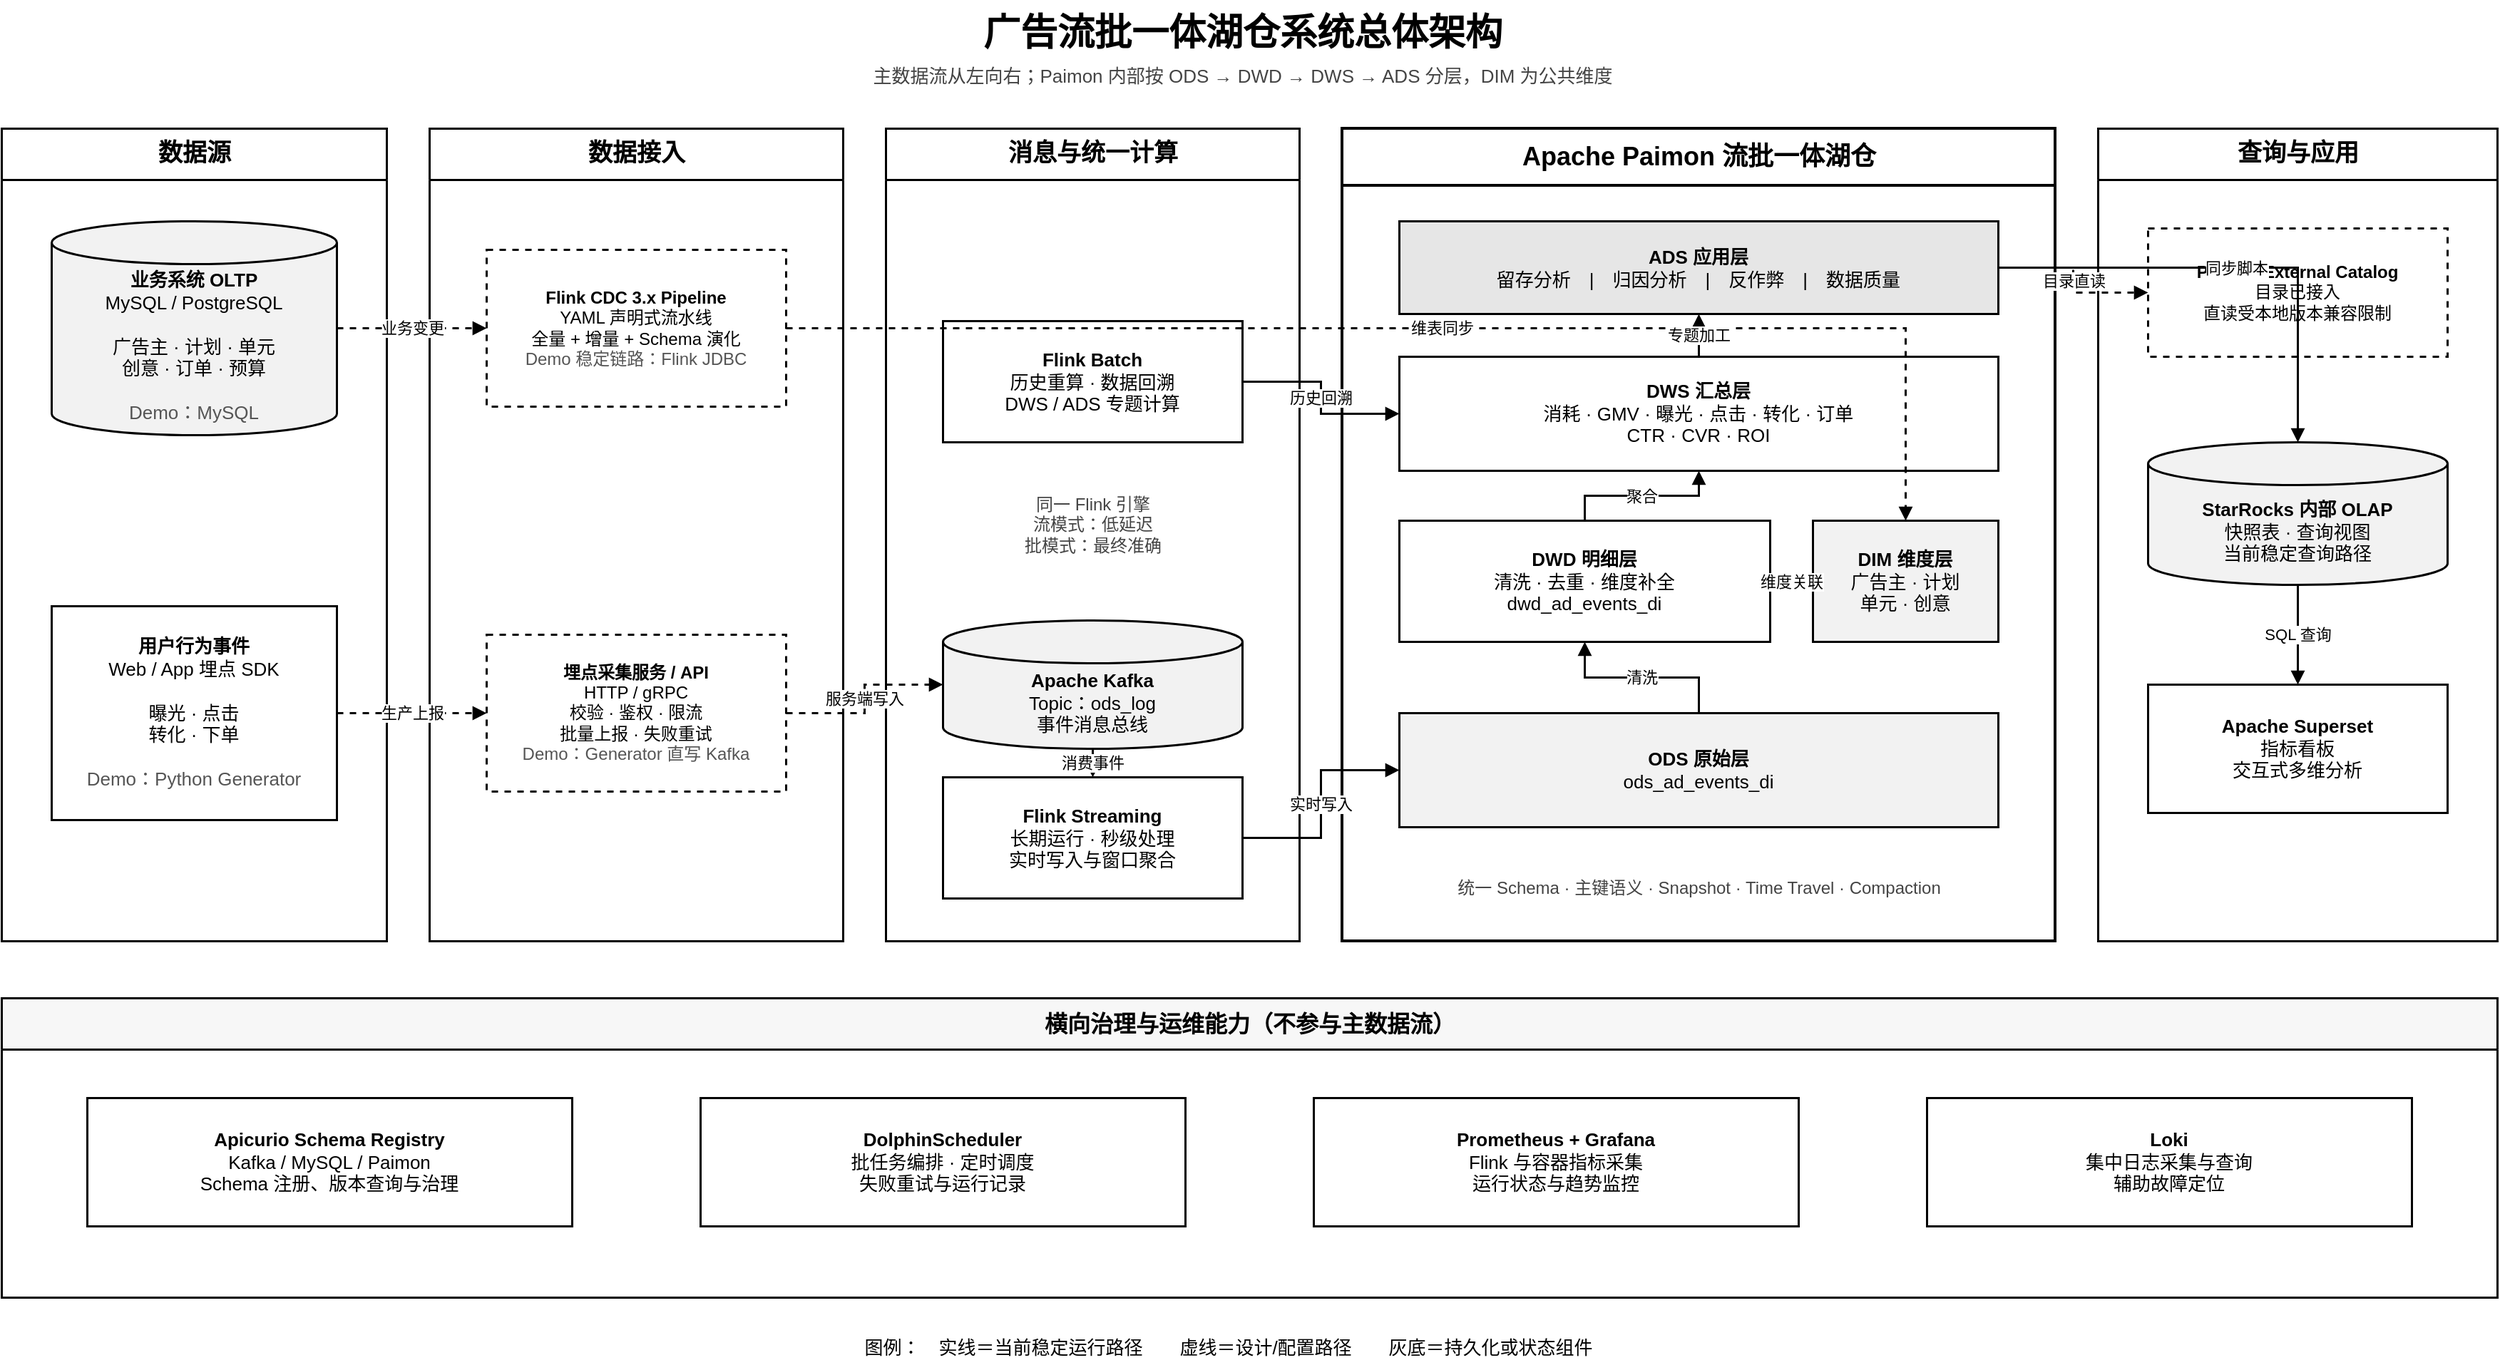
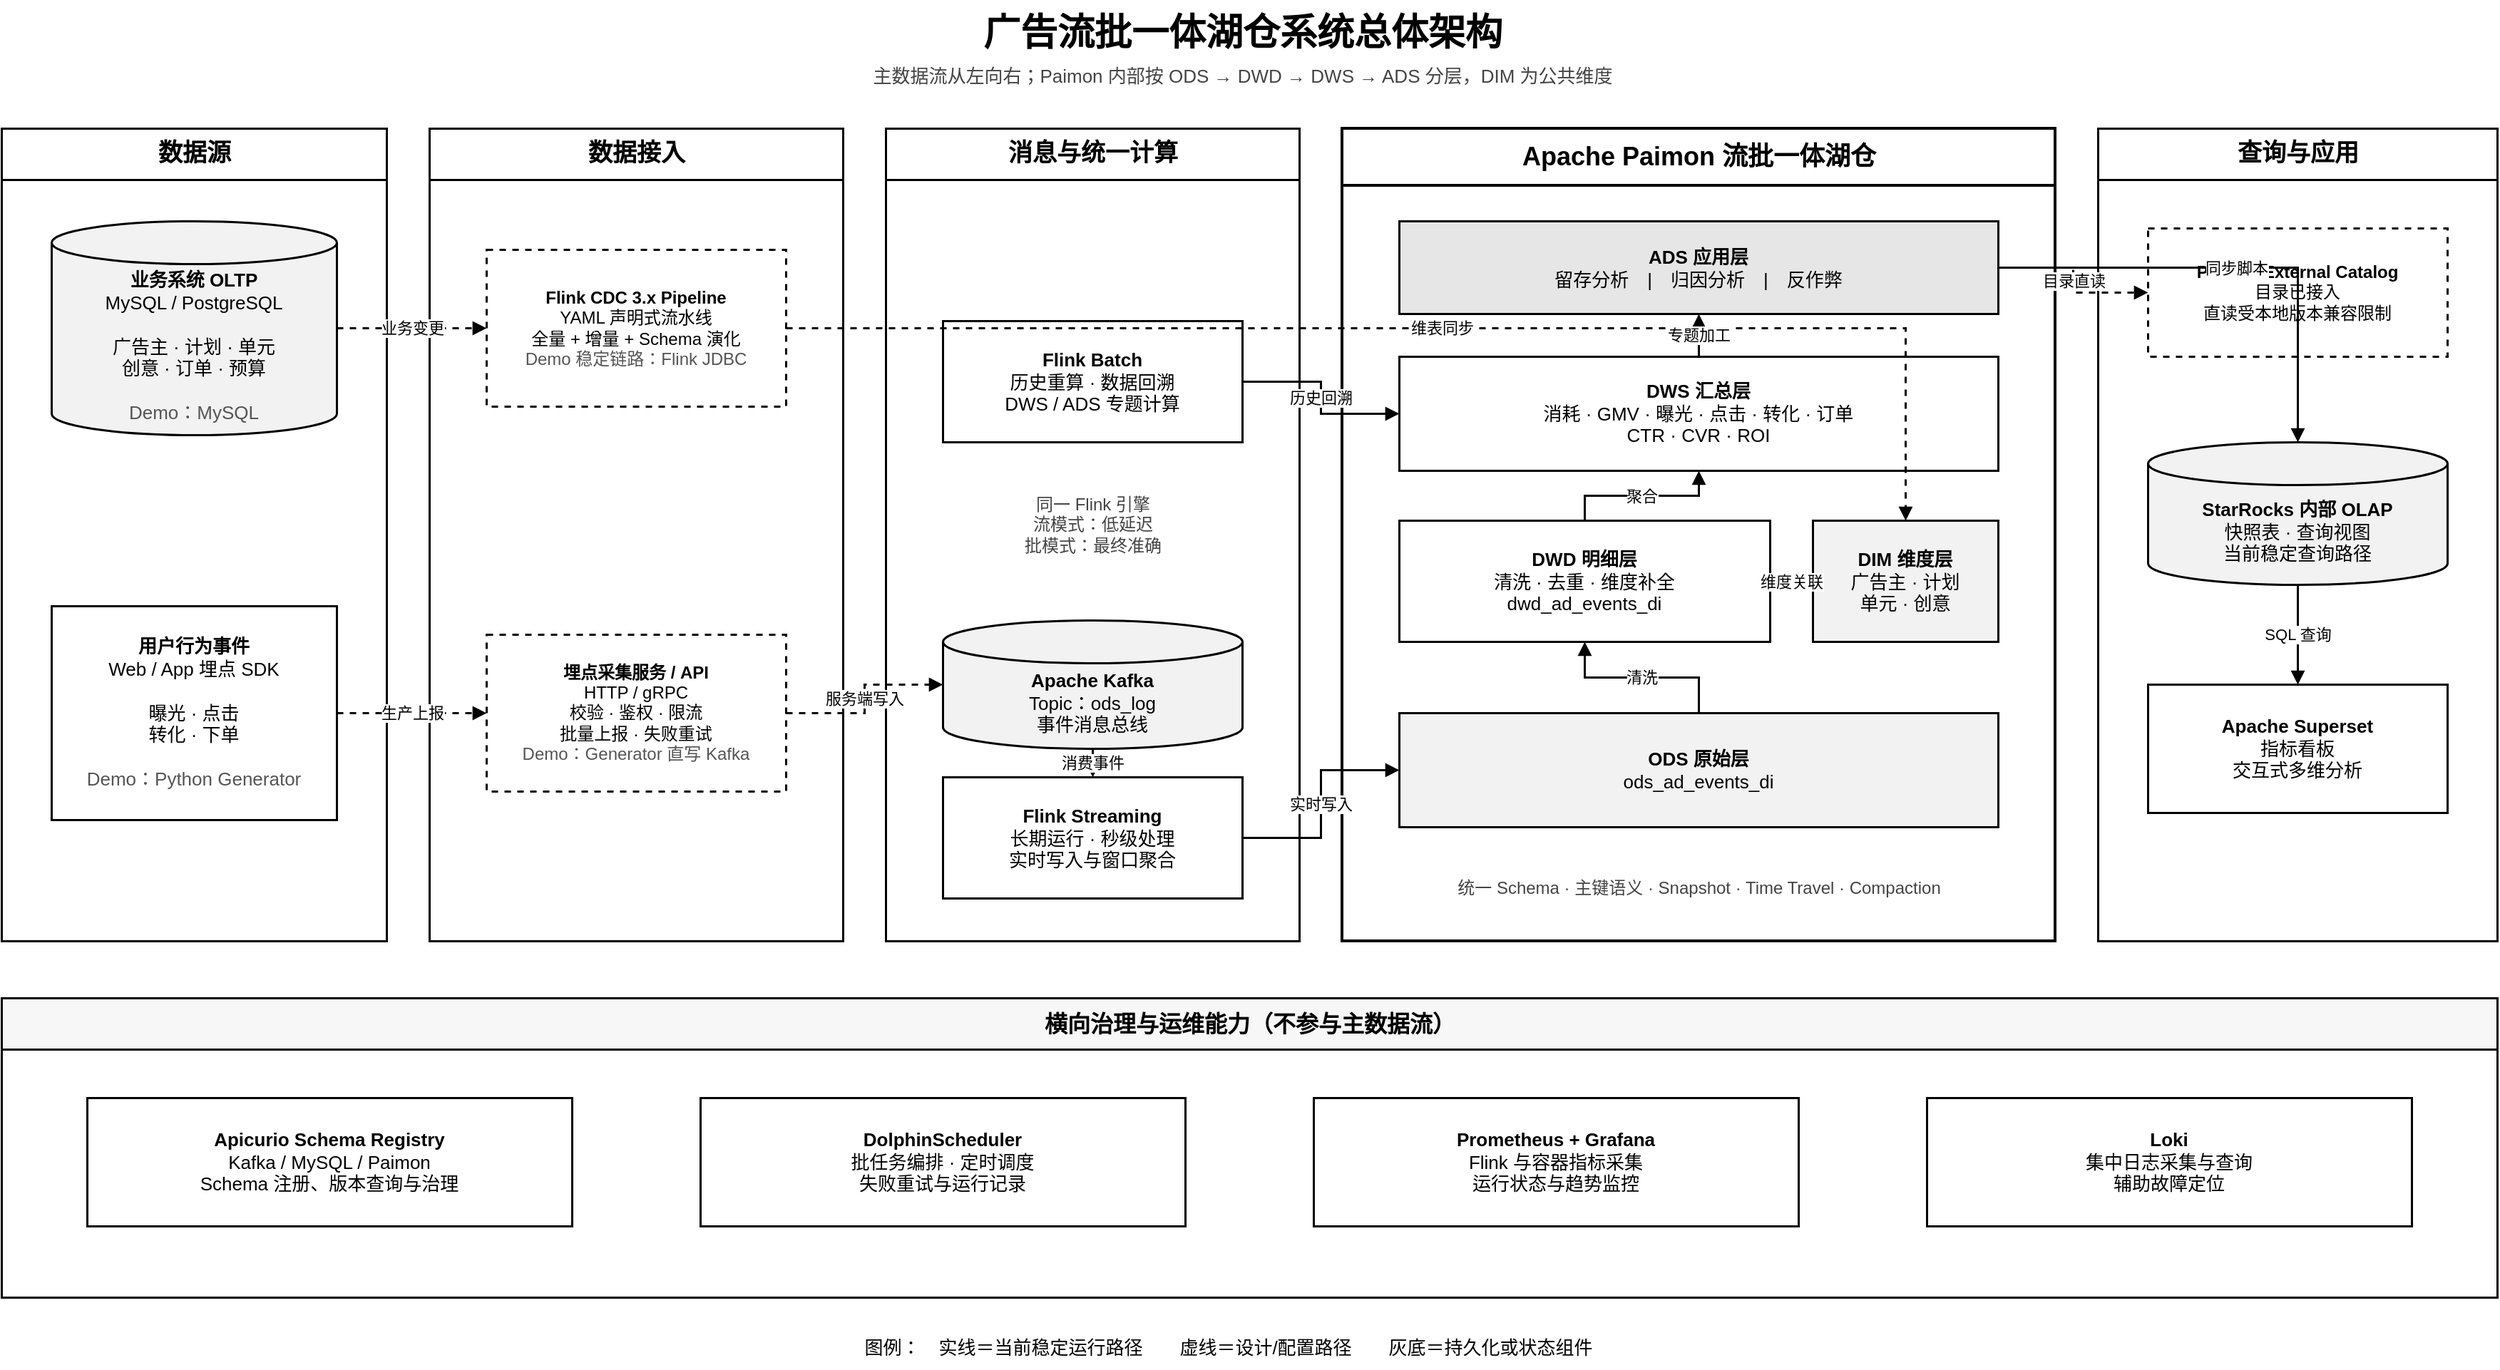
<?xml version="1.0" encoding="UTF-8"?>
<mxfile host="app.diagrams.net" modified="2026-07-05T14:00:00.000Z" agent="Codex" version="24.7.17">
 <diagram id="architecture-v2" name="流批一体湖仓总体架构">
  <mxGraphModel dx="1800" dy="1000" grid="1" gridSize="10" guides="1" page="1" pageScale="1" pageWidth="1920" pageHeight="1080">
   <root><mxCell id="0"/><mxCell id="1" parent="0"/>
    <mxCell id="title" value="广告流批一体湖仓系统总体架构" style="text;html=1;align=center;verticalAlign=middle;fontSize=26;fontStyle=1;fontColor=#000000;" vertex="1" parent="1"><mxGeometry x="460" y="20" width="900" height="45" as="geometry"/></mxCell>
    <mxCell id="subtitle" value="主数据流从左向右；Paimon 内部按 ODS → DWD → DWS → ADS 分层，DIM 为公共维度" style="text;html=1;align=center;verticalAlign=middle;fontSize=13;fontColor=#444444;" vertex="1" parent="1"><mxGeometry x="460" y="60" width="900" height="25" as="geometry"/></mxCell>

    <mxCell id="source-zone" value="数据源" style="swimlane;html=1;horizontal=1;startSize=36;rounded=0;fillColor=#FFFFFF;strokeColor=#000000;strokeWidth=1.5;fontSize=17;fontStyle=1;" vertex="1" parent="1"><mxGeometry x="40" y="110" width="270" height="570" as="geometry"/></mxCell>
    <mxCell id="oltp" value="&lt;b&gt;业务系统 OLTP&lt;/b&gt;&lt;br&gt;MySQL / PostgreSQL&lt;br&gt;&lt;br&gt;广告主 · 计划 · 单元&lt;br&gt;创意 · 订单 · 预算&lt;br&gt;&lt;br&gt;&lt;font color='#555555'&gt;Demo：MySQL&lt;/font&gt;" style="shape=cylinder3;whiteSpace=wrap;html=1;boundedLbl=1;fillColor=#F2F2F2;strokeColor=#000000;strokeWidth=1.5;fontSize=13;" vertex="1" parent="1"><mxGeometry x="75" y="175" width="200" height="150" as="geometry"/></mxCell>
    <mxCell id="events" value="&lt;b&gt;用户行为事件&lt;/b&gt;&lt;br&gt;Web / App 埋点 SDK&lt;br&gt;&lt;br&gt;曝光 · 点击&lt;br&gt;转化 · 下单&lt;br&gt;&lt;br&gt;&lt;font color='#555555'&gt;Demo：Python Generator&lt;/font&gt;" style="rounded=0;whiteSpace=wrap;html=1;fillColor=#FFFFFF;strokeColor=#000000;strokeWidth=1.5;fontSize=13;" vertex="1" parent="1"><mxGeometry x="75" y="445" width="200" height="150" as="geometry"/></mxCell>

    <mxCell id="ingest-zone" value="数据接入" style="swimlane;html=1;horizontal=1;startSize=36;rounded=0;fillColor=#FFFFFF;strokeColor=#000000;strokeWidth=1.5;fontSize=17;fontStyle=1;" vertex="1" parent="1"><mxGeometry x="340" y="110" width="290" height="570" as="geometry"/></mxCell>
    <mxCell id="cdc" value="&lt;b&gt;Flink CDC 3.x Pipeline&lt;/b&gt;&lt;br&gt;YAML 声明式流水线&lt;br&gt;全量 + 增量 + Schema 演化&lt;br&gt;&lt;font color='#555555'&gt;Demo 稳定链路：Flink JDBC&lt;/font&gt;" style="rounded=0;whiteSpace=wrap;html=1;fillColor=#FFFFFF;strokeColor=#000000;strokeWidth=1.5;dashed=1;fontSize=12;" vertex="1" parent="1"><mxGeometry x="380" y="195" width="210" height="110" as="geometry"/></mxCell>
    <mxCell id="collector" value="&lt;b&gt;埋点采集服务 / API&lt;/b&gt;&lt;br&gt;HTTP / gRPC&lt;br&gt;校验 · 鉴权 · 限流&lt;br&gt;批量上报 · 失败重试&lt;br&gt;&lt;font color='#555555'&gt;Demo：Generator 直写 Kafka&lt;/font&gt;" style="rounded=0;whiteSpace=wrap;html=1;fillColor=#FFFFFF;strokeColor=#000000;strokeWidth=1.5;dashed=1;fontSize=12;" vertex="1" parent="1"><mxGeometry x="380" y="465" width="210" height="110" as="geometry"/></mxCell>

    <mxCell id="compute-zone" value="消息与统一计算" style="swimlane;html=1;horizontal=1;startSize=36;rounded=0;fillColor=#FFFFFF;strokeColor=#000000;strokeWidth=1.5;fontSize=17;fontStyle=1;" vertex="1" parent="1"><mxGeometry x="660" y="110" width="290" height="570" as="geometry"/></mxCell>
    <mxCell id="kafka" value="&lt;b&gt;Apache Kafka&lt;/b&gt;&lt;br&gt;Topic：ods_log&lt;br&gt;事件消息总线" style="shape=cylinder3;whiteSpace=wrap;html=1;boundedLbl=1;fillColor=#F2F2F2;strokeColor=#000000;strokeWidth=1.5;fontSize=13;" vertex="1" parent="1"><mxGeometry x="700" y="455" width="210" height="90" as="geometry"/></mxCell>
    <mxCell id="stream" value="&lt;b&gt;Flink Streaming&lt;/b&gt;&lt;br&gt;长期运行 · 秒级处理&lt;br&gt;实时写入与窗口聚合" style="rounded=0;whiteSpace=wrap;html=1;fillColor=#FFFFFF;strokeColor=#000000;strokeWidth=1.5;fontSize=13;" vertex="1" parent="1"><mxGeometry x="700" y="565" width="210" height="85" as="geometry"/></mxCell>
    <mxCell id="batch" value="&lt;b&gt;Flink Batch&lt;/b&gt;&lt;br&gt;历史重算 · 数据回溯&lt;br&gt;DWS / ADS 专题计算" style="rounded=0;whiteSpace=wrap;html=1;fillColor=#FFFFFF;strokeColor=#000000;strokeWidth=1.5;fontSize=13;" vertex="1" parent="1"><mxGeometry x="700" y="245" width="210" height="85" as="geometry"/></mxCell>
    <mxCell id="engine-note" value="同一 Flink 引擎&lt;br&gt;流模式：低延迟&lt;br&gt;批模式：最终准确" style="text;html=1;align=center;verticalAlign=middle;fontSize=12;fontColor=#444444;" vertex="1" parent="1"><mxGeometry x="700" y="355" width="210" height="65" as="geometry"/></mxCell>

    <mxCell id="paimon-zone" value="Apache Paimon 流批一体湖仓" style="swimlane;html=1;horizontal=1;startSize=40;rounded=0;fillColor=#FFFFFF;strokeColor=#000000;strokeWidth=2;fontSize=18;fontStyle=1;" vertex="1" parent="1"><mxGeometry x="980" y="110" width="500" height="570" as="geometry"/></mxCell>
-     <mxCell id="ads" value="&lt;b&gt;ADS 应用层&lt;/b&gt;&lt;br&gt;留存分析　|　归因分析　|　反作弊　|　数据质量" style="rounded=0;whiteSpace=wrap;html=1;fillColor=#E6E6E6;strokeColor=#000000;strokeWidth=1.5;fontSize=13;" vertex="1" parent="1"><mxGeometry x="1020" y="175" width="420" height="65" as="geometry"/></mxCell>
+     <mxCell id="ads" value="&lt;b&gt;ADS 应用层&lt;/b&gt;&lt;br&gt;留存分析　|　归因分析　|　反作弊" style="rounded=0;whiteSpace=wrap;html=1;fillColor=#E6E6E6;strokeColor=#000000;strokeWidth=1.5;fontSize=13;" vertex="1" parent="1"><mxGeometry x="1020" y="175" width="420" height="65" as="geometry"/></mxCell>
    <mxCell id="dws" value="&lt;b&gt;DWS 汇总层&lt;/b&gt;&lt;br&gt;消耗 · GMV · 曝光 · 点击 · 转化 · 订单&lt;br&gt;CTR · CVR · ROI" style="rounded=0;whiteSpace=wrap;html=1;fillColor=#FFFFFF;strokeColor=#000000;strokeWidth=1.5;fontSize=13;" vertex="1" parent="1"><mxGeometry x="1020" y="270" width="420" height="80" as="geometry"/></mxCell>
    <mxCell id="dwd" value="&lt;b&gt;DWD 明细层&lt;/b&gt;&lt;br&gt;清洗 · 去重 · 维度补全&lt;br&gt;dwd_ad_events_di" style="rounded=0;whiteSpace=wrap;html=1;fillColor=#FFFFFF;strokeColor=#000000;strokeWidth=1.5;fontSize=13;" vertex="1" parent="1"><mxGeometry x="1020" y="385" width="260" height="85" as="geometry"/></mxCell>
    <mxCell id="dim" value="&lt;b&gt;DIM 维度层&lt;/b&gt;&lt;br&gt;广告主 · 计划&lt;br&gt;单元 · 创意" style="rounded=0;whiteSpace=wrap;html=1;fillColor=#F2F2F2;strokeColor=#000000;strokeWidth=1.5;fontSize=13;" vertex="1" parent="1"><mxGeometry x="1310" y="385" width="130" height="85" as="geometry"/></mxCell>
    <mxCell id="ods" value="&lt;b&gt;ODS 原始层&lt;/b&gt;&lt;br&gt;ods_ad_events_di" style="rounded=0;whiteSpace=wrap;html=1;fillColor=#F2F2F2;strokeColor=#000000;strokeWidth=1.5;fontSize=13;" vertex="1" parent="1"><mxGeometry x="1020" y="520" width="420" height="80" as="geometry"/></mxCell>
    <mxCell id="paimon-note" value="统一 Schema · 主键语义 · Snapshot · Time Travel · Compaction" style="text;html=1;align=center;verticalAlign=middle;fontSize=12;fontColor=#444444;" vertex="1" parent="1"><mxGeometry x="1020" y="630" width="420" height="25" as="geometry"/></mxCell>

    <mxCell id="serving-zone" value="查询与应用" style="swimlane;html=1;horizontal=1;startSize=36;rounded=0;fillColor=#FFFFFF;strokeColor=#000000;strokeWidth=1.5;fontSize=17;fontStyle=1;" vertex="1" parent="1"><mxGeometry x="1510" y="110" width="280" height="570" as="geometry"/></mxCell>
    <mxCell id="external" value="&lt;b&gt;Paimon External Catalog&lt;/b&gt;&lt;br&gt;目录已接入&lt;br&gt;直读受本地版本兼容限制" style="rounded=0;whiteSpace=wrap;html=1;fillColor=#FFFFFF;strokeColor=#000000;strokeWidth=1.5;dashed=1;fontSize=12;" vertex="1" parent="1"><mxGeometry x="1545" y="180" width="210" height="90" as="geometry"/></mxCell>
    <mxCell id="starrocks" value="&lt;b&gt;StarRocks 内部 OLAP&lt;/b&gt;&lt;br&gt;快照表 · 查询视图&lt;br&gt;当前稳定查询路径" style="shape=cylinder3;whiteSpace=wrap;html=1;boundedLbl=1;fillColor=#F2F2F2;strokeColor=#000000;strokeWidth=1.5;fontSize=13;" vertex="1" parent="1"><mxGeometry x="1545" y="330" width="210" height="100" as="geometry"/></mxCell>
    <mxCell id="superset" value="&lt;b&gt;Apache Superset&lt;/b&gt;&lt;br&gt;指标看板&lt;br&gt;交互式多维分析" style="rounded=0;whiteSpace=wrap;html=1;fillColor=#FFFFFF;strokeColor=#000000;strokeWidth=1.5;fontSize=13;" vertex="1" parent="1"><mxGeometry x="1545" y="500" width="210" height="90" as="geometry"/></mxCell>

    <mxCell id="support-zone" value="横向治理与运维能力（不参与主数据流）" style="swimlane;html=1;horizontal=1;startSize=36;rounded=0;fillColor=#F7F7F7;strokeColor=#000000;strokeWidth=1.5;fontSize=16;fontStyle=1;" vertex="1" parent="1"><mxGeometry x="40" y="720" width="1750" height="210" as="geometry"/></mxCell>
    <mxCell id="apicurio" value="&lt;b&gt;Apicurio Schema Registry&lt;/b&gt;&lt;br&gt;Kafka / MySQL / Paimon&lt;br&gt;Schema 注册、版本查询与治理" style="rounded=0;whiteSpace=wrap;html=1;fillColor=#FFFFFF;strokeColor=#000000;strokeWidth=1.5;fontSize=13;" vertex="1" parent="1"><mxGeometry x="100" y="790" width="340" height="90" as="geometry"/></mxCell>
    <mxCell id="scheduler" value="&lt;b&gt;DolphinScheduler&lt;/b&gt;&lt;br&gt;批任务编排 · 定时调度&lt;br&gt;失败重试与运行记录" style="rounded=0;whiteSpace=wrap;html=1;fillColor=#FFFFFF;strokeColor=#000000;strokeWidth=1.5;fontSize=13;" vertex="1" parent="1"><mxGeometry x="530" y="790" width="340" height="90" as="geometry"/></mxCell>
    <mxCell id="monitor" value="&lt;b&gt;Prometheus + Grafana&lt;/b&gt;&lt;br&gt;Flink 与容器指标采集&lt;br&gt;运行状态与趋势监控" style="rounded=0;whiteSpace=wrap;html=1;fillColor=#FFFFFF;strokeColor=#000000;strokeWidth=1.5;fontSize=13;" vertex="1" parent="1"><mxGeometry x="960" y="790" width="340" height="90" as="geometry"/></mxCell>
    <mxCell id="loki" value="&lt;b&gt;Loki&lt;/b&gt;&lt;br&gt;集中日志采集与查询&lt;br&gt;辅助故障定位" style="rounded=0;whiteSpace=wrap;html=1;fillColor=#FFFFFF;strokeColor=#000000;strokeWidth=1.5;fontSize=13;" vertex="1" parent="1"><mxGeometry x="1390" y="790" width="340" height="90" as="geometry"/></mxCell>

    <mxCell id="legend" value="图例：　实线＝当前稳定运行路径　　虚线＝设计/配置路径　　灰底＝持久化或状态组件" style="text;html=1;align=center;verticalAlign=middle;fontSize=13;fontColor=#000000;" vertex="1" parent="1"><mxGeometry x="400" y="950" width="1000" height="30" as="geometry"/></mxCell>

    <mxCell id="e-oltp-cdc" value="业务变更" style="edgeStyle=orthogonalEdgeStyle;rounded=0;html=1;endArrow=block;endFill=1;strokeColor=#000000;strokeWidth=1.5;dashed=1;" edge="1" parent="1" source="oltp" target="cdc"><mxGeometry relative="1" as="geometry"/></mxCell>
    <mxCell id="e-cdc-dim" value="维表同步" style="edgeStyle=orthogonalEdgeStyle;rounded=0;html=1;endArrow=block;endFill=1;strokeColor=#000000;strokeWidth=1.5;dashed=1;" edge="1" parent="1" source="cdc" target="dim"><mxGeometry relative="1" as="geometry"/></mxCell>
    <mxCell id="e-events-collector" value="生产上报" style="edgeStyle=orthogonalEdgeStyle;rounded=0;html=1;endArrow=block;endFill=1;strokeColor=#000000;strokeWidth=1.5;dashed=1;" edge="1" parent="1" source="events" target="collector"><mxGeometry relative="1" as="geometry"/></mxCell>
    <mxCell id="e-collector-kafka" value="服务端写入" style="edgeStyle=orthogonalEdgeStyle;rounded=0;html=1;endArrow=block;endFill=1;strokeColor=#000000;strokeWidth=1.5;dashed=1;" edge="1" parent="1" source="collector" target="kafka"><mxGeometry relative="1" as="geometry"/></mxCell>
    <mxCell id="e-kafka-stream" value="消费事件" style="edgeStyle=orthogonalEdgeStyle;rounded=0;html=1;endArrow=block;endFill=1;strokeColor=#000000;strokeWidth=1.5;" edge="1" parent="1" source="kafka" target="stream"><mxGeometry relative="1" as="geometry"/></mxCell>
    <mxCell id="e-stream-ods" value="实时写入" style="edgeStyle=orthogonalEdgeStyle;rounded=0;html=1;endArrow=block;endFill=1;strokeColor=#000000;strokeWidth=1.5;" edge="1" parent="1" source="stream" target="ods"><mxGeometry relative="1" as="geometry"/></mxCell>
    <mxCell id="e-ods-dwd" value="清洗" style="edgeStyle=orthogonalEdgeStyle;rounded=0;html=1;endArrow=block;endFill=1;strokeColor=#000000;strokeWidth=1.5;" edge="1" parent="1" source="ods" target="dwd"><mxGeometry relative="1" as="geometry"/></mxCell>
    <mxCell id="e-dim-dwd" value="维度关联" style="edgeStyle=orthogonalEdgeStyle;rounded=0;html=1;endArrow=block;endFill=1;strokeColor=#000000;strokeWidth=1.5;" edge="1" parent="1" source="dim" target="dwd"><mxGeometry relative="1" as="geometry"/></mxCell>
    <mxCell id="e-dwd-dws" value="聚合" style="edgeStyle=orthogonalEdgeStyle;rounded=0;html=1;endArrow=block;endFill=1;strokeColor=#000000;strokeWidth=1.5;" edge="1" parent="1" source="dwd" target="dws"><mxGeometry relative="1" as="geometry"/></mxCell>
    <mxCell id="e-dws-ads" value="专题加工" style="edgeStyle=orthogonalEdgeStyle;rounded=0;html=1;endArrow=block;endFill=1;strokeColor=#000000;strokeWidth=1.5;" edge="1" parent="1" source="dws" target="ads"><mxGeometry relative="1" as="geometry"/></mxCell>
    <mxCell id="e-batch-dws" value="历史回溯" style="edgeStyle=orthogonalEdgeStyle;rounded=0;html=1;endArrow=block;endFill=1;strokeColor=#000000;strokeWidth=1.5;" edge="1" parent="1" source="batch" target="dws"><mxGeometry relative="1" as="geometry"/></mxCell>
    <mxCell id="e-ads-external" value="目录直读" style="edgeStyle=orthogonalEdgeStyle;rounded=0;html=1;endArrow=block;endFill=1;strokeColor=#000000;strokeWidth=1.5;dashed=1;" edge="1" parent="1" source="ads" target="external"><mxGeometry relative="1" as="geometry"/></mxCell>
    <mxCell id="e-ads-starrocks" value="同步脚本" style="edgeStyle=orthogonalEdgeStyle;rounded=0;html=1;endArrow=block;endFill=1;strokeColor=#000000;strokeWidth=1.5;" edge="1" parent="1" source="ads" target="starrocks"><mxGeometry relative="1" as="geometry"/></mxCell>
    <mxCell id="e-starrocks-superset" value="SQL 查询" style="edgeStyle=orthogonalEdgeStyle;rounded=0;html=1;endArrow=block;endFill=1;strokeColor=#000000;strokeWidth=1.5;" edge="1" parent="1" source="starrocks" target="superset"><mxGeometry relative="1" as="geometry"/></mxCell>
   </root>
  </mxGraphModel>
 </diagram>
</mxfile>
